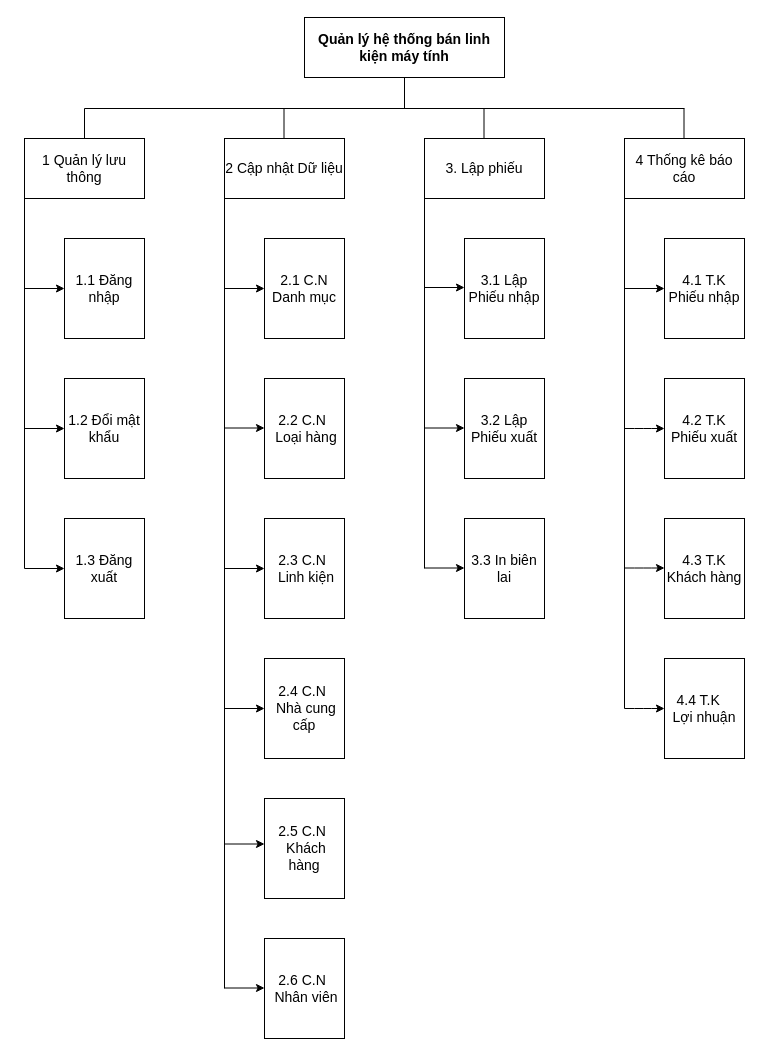
This is DatabaseAnalyst/final/edit/PhanCapChucNang.drawio from thienqnpro02/school, a draw.io file, before an edit. Source tidied: cells renumbered, new cells numbered last; positions are measured from the earlier drawing's top-left corner, leaving out a move shared by most shapes. Both pictures are drawn from the tidied source at 100%, with x=0, y=0 at pixel (24, 17).
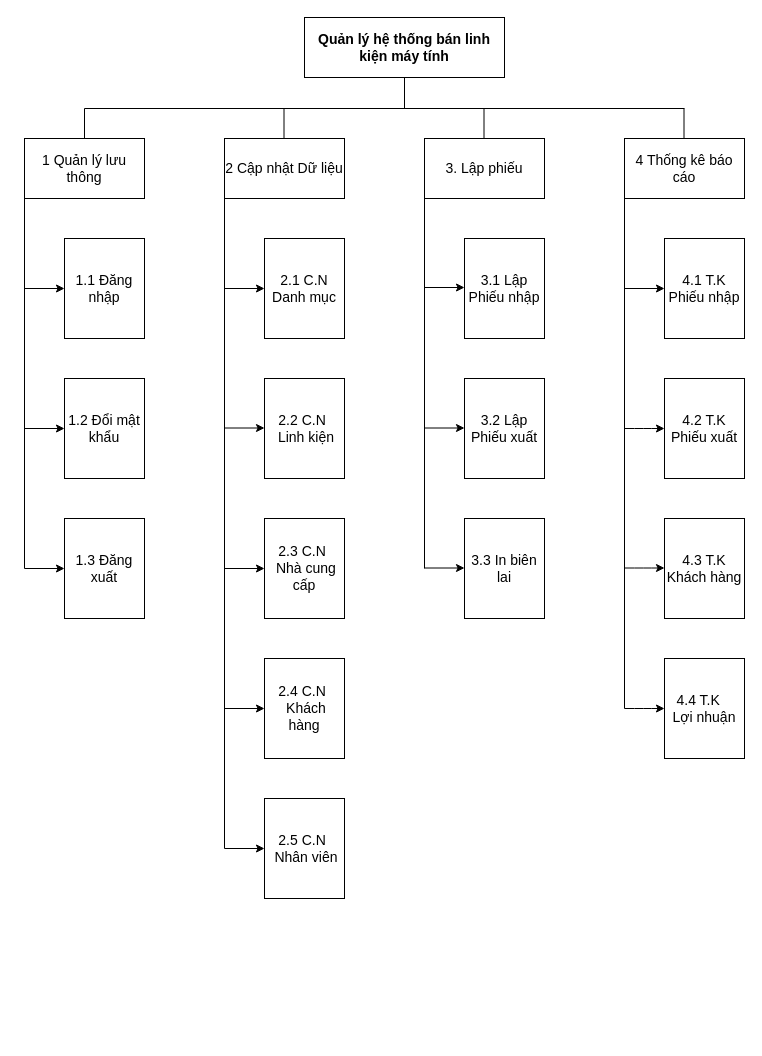
After the change.

The change refers to these unchanged cells:
```xml
<mxCell id="4" value="2 Cập nhật Dữ liệu" style="rounded=0;whiteSpace=wrap;html=1;fontSize=14;" parent="1" vertex="1">
  <mxGeometry x="200" y="121" width="120" height="60" as="geometry" />
</mxCell>
```

The edit, as a diff of the source:
```diff
@@
-    <mxCell id="9" value="2.2 C.N&amp;nbsp;&lt;br&gt;&amp;nbsp;Loại hàng" style="rounded=0;whiteSpace=wrap;html=1;fontSize=14;" parent="1" vertex="1">
+    <mxCell id="9" value="2.2 C.N&amp;nbsp;&lt;br&gt;&amp;nbsp;Linh kiện" style="rounded=0;whiteSpace=wrap;html=1;fontSize=14;" parent="1" vertex="1">
       <mxGeometry x="240" y="361" width="80" height="100" as="geometry" />
     </mxCell>
-    <mxCell id="10" value="2.3 C.N&amp;nbsp;&lt;br&gt;&amp;nbsp;Linh kiện" style="rounded=0;whiteSpace=wrap;html=1;fontSize=14;" parent="1" vertex="1">
-      <mxGeometry x="240" y="501" width="80" height="100" as="geometry" />
-    </mxCell>
@@
     <mxCell id="25" style="endArrow=none;html=1;fontSize=14;entryX=0;entryY=0.75;entryDx=0;entryDy=0;" parent="1" edge="1" target="4">
       <mxGeometry relative="1" as="geometry">
-        <mxPoint x="200" y="971" as="sourcePoint" />
+        <mxPoint x="200" y="831" as="sourcePoint" />
       </mxGeometry>
     </mxCell>
@@
-    <mxCell id="32" value="2.4 C.N&amp;nbsp;&lt;br&gt;&amp;nbsp;Nhà cung cấp" style="rounded=0;whiteSpace=wrap;html=1;fontSize=14;" parent="1" vertex="1">
-      <mxGeometry x="240" y="641" width="80" height="100" as="geometry" />
+    <mxCell id="32" value="2.3 C.N&amp;nbsp;&lt;br&gt;&amp;nbsp;Nhà cung cấp" style="rounded=0;whiteSpace=wrap;html=1;fontSize=14;" parent="1" vertex="1">
+      <mxGeometry x="240" y="501" width="80" height="100" as="geometry" />
     </mxCell>
@@
-    <mxCell id="38" value="2.5 C.N&amp;nbsp;&lt;br&gt;&amp;nbsp;Khách hàng" style="rounded=0;whiteSpace=wrap;html=1;fontSize=14;" parent="1" vertex="1">
-      <mxGeometry x="240" y="781" width="80" height="100" as="geometry" />
+    <mxCell id="38" value="2.4 C.N&amp;nbsp;&lt;br&gt;&amp;nbsp;Khách hàng" style="rounded=0;whiteSpace=wrap;html=1;fontSize=14;" parent="1" vertex="1">
+      <mxGeometry x="240" y="641" width="80" height="100" as="geometry" />
     </mxCell>
-    <mxCell id="39" value="2.6 C.N&amp;nbsp;&lt;br&gt;&amp;nbsp;Nhân viên" style="rounded=0;whiteSpace=wrap;html=1;fontSize=14;" parent="1" vertex="1">
-      <mxGeometry x="240" y="921" width="80" height="100" as="geometry" />
+    <mxCell id="39" value="2.5 C.N&amp;nbsp;&lt;br&gt;&amp;nbsp;Nhân viên" style="rounded=0;whiteSpace=wrap;html=1;fontSize=14;" parent="1" vertex="1">
+      <mxGeometry x="240" y="781" width="80" height="100" as="geometry" />
     </mxCell>
     <mxCell id="40" style="endArrow=classic;html=1;fontSize=14;entryX=0;entryY=0.5;entryDx=0;entryDy=0;" parent="1" edge="1">
       <mxGeometry relative="1" as="geometry">
-        <mxPoint x="200" y="826.5" as="sourcePoint" />
-        <mxPoint x="240" y="826.5" as="targetPoint" />
+        <mxPoint x="200" y="831" as="sourcePoint" />
+        <mxPoint x="240" y="831" as="targetPoint" />
       </mxGeometry>
     </mxCell>
-    <mxCell id="41" style="endArrow=classic;html=1;fontSize=14;entryX=0;entryY=0.5;entryDx=0;entryDy=0;" parent="1" edge="1">
-      <mxGeometry relative="1" as="geometry">
-        <mxPoint x="200" y="970.5" as="sourcePoint" />
-        <mxPoint x="240" y="970.5" as="targetPoint" />
-      </mxGeometry>
-    </mxCell>
```
